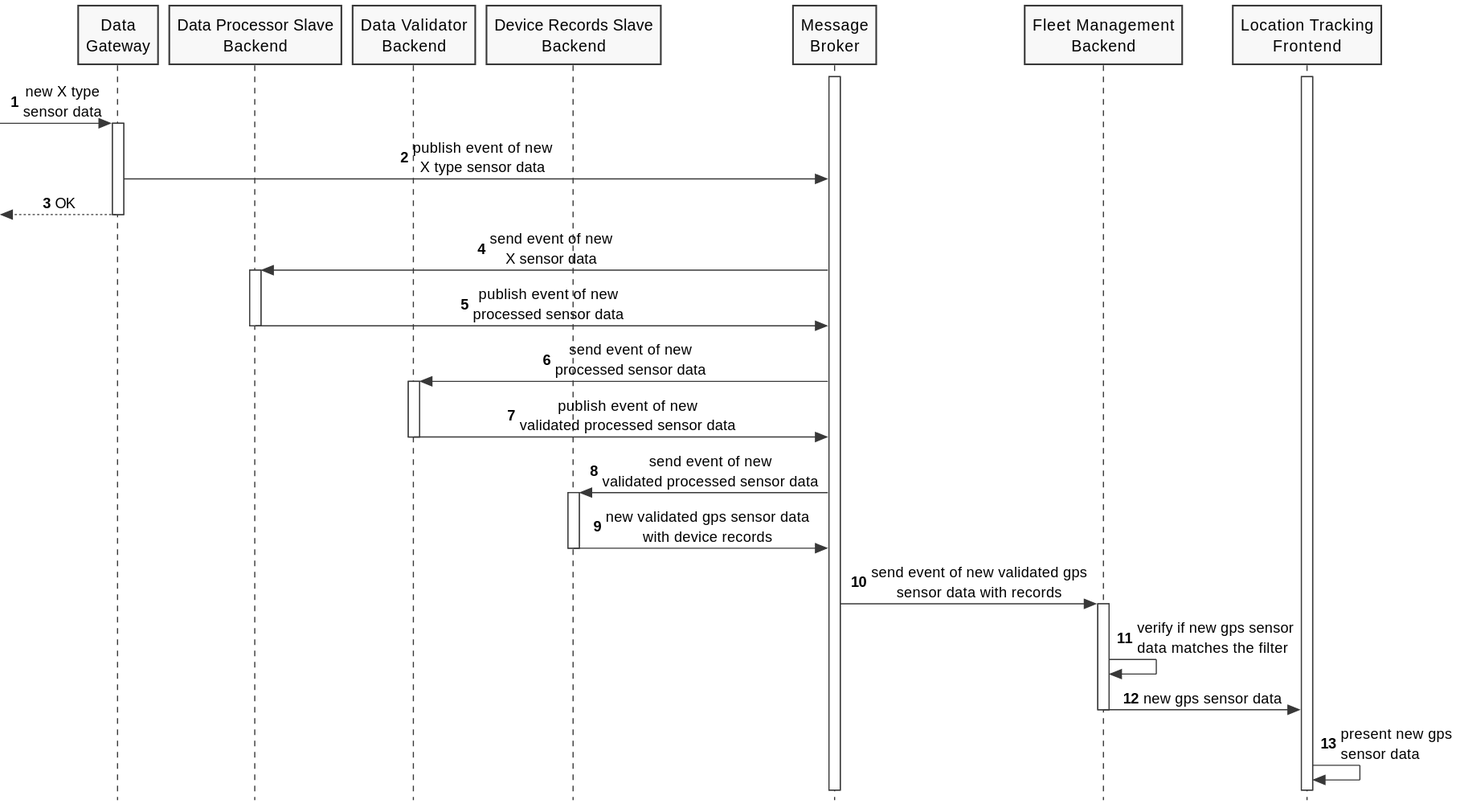
Earlier version of the PlantUML export docs/diagrams/process-view-level2-uc02.svg (FilipeMCruz/sensae-console).
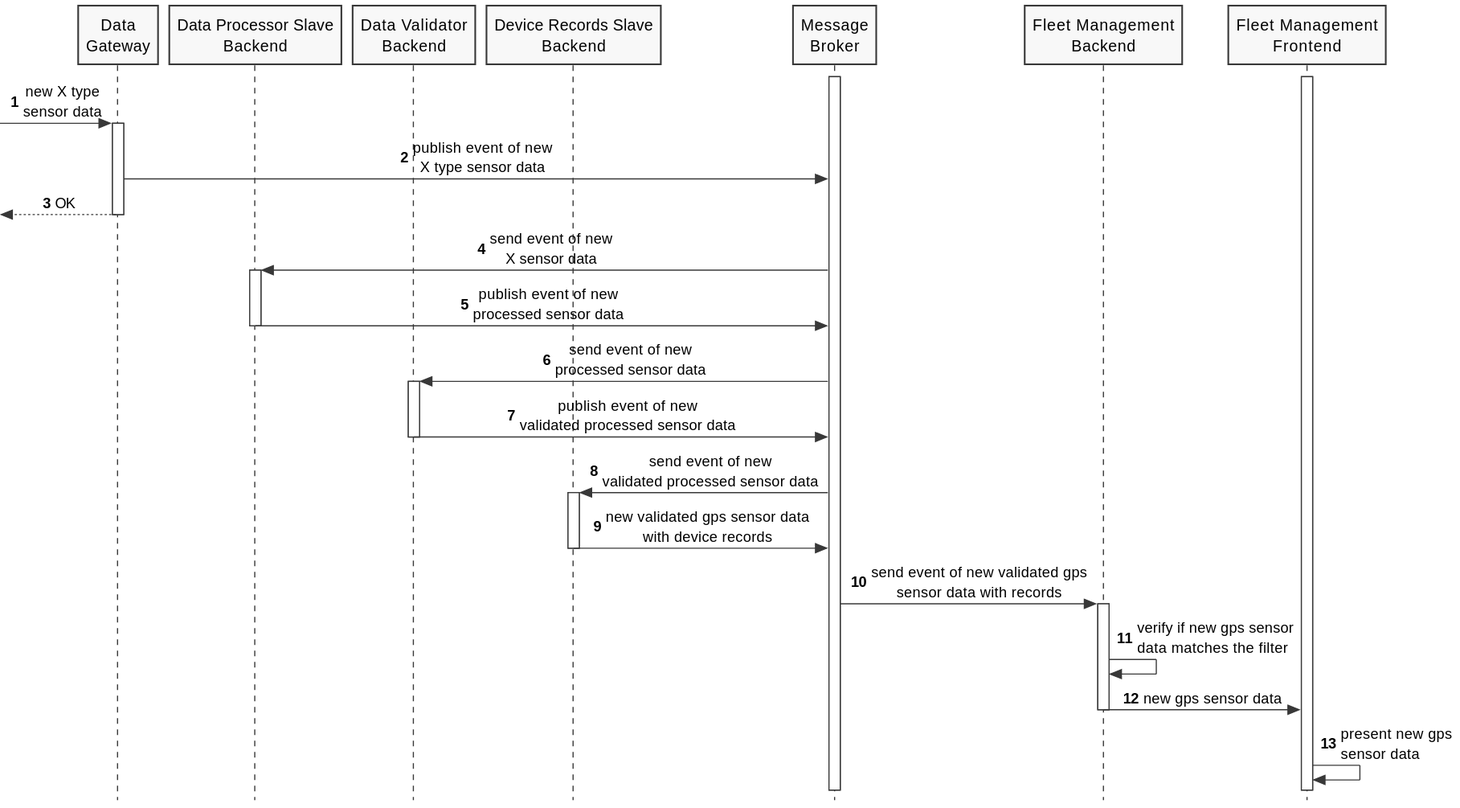
After the change.

Change to the diagram source:
```diff
@@ -13,7 +13,7 @@
 participant "Device Records Slave\nBackend" as DRSB
 participant "Message\nBroker" as MB
 participant "Fleet Management\nBackend" as LTB
-participant "Location Tracking\nFrontend" as LTF
+participant "Fleet Management\nFrontend" as LTF
 
 activate MB
 activate LTF
```
